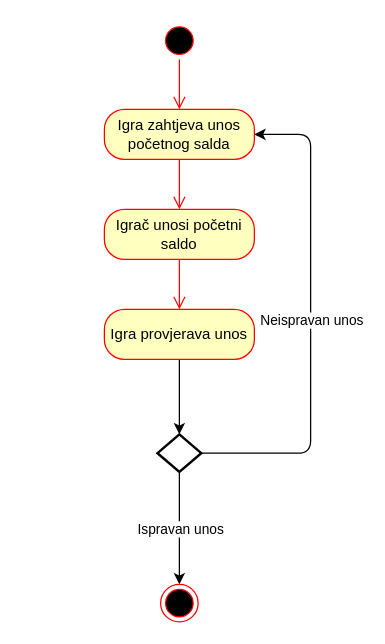
ewlibi/Poker keeps this draw.io diagram as page "aktivnost:unosSalda" (4 of 8) of Projekt_Poker_activity.drawio. Above is the earlier version. Source tidied: cells renumbered, new cells numbered last; positions are measured from the earlier drawing's top-left corner, leaving out a move shared by most shapes. Both pictures are drawn from the tidied source at 125%, with x=0, y=0 at pixel (104, 21).
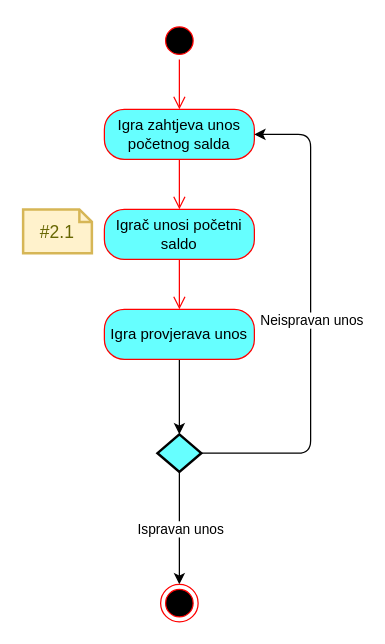
The same page after the edit.

What changed in the source:
```diff
@@
 <mxGraphModel>
   <root>
     <mxCell id="0" />
     <mxCell id="1" parent="0" />
     <mxCell id="2" style="ellipse;html=1;shape=startState;fillColor=#000000;strokeColor=#ff0000;" parent="1" vertex="1">
       <mxGeometry x="45" width="30" height="30" as="geometry" />
     </mxCell>
     <mxCell id="3" style="edgeStyle=orthogonalEdgeStyle;html=1;verticalAlign=bottom;endArrow=open;endSize=8;strokeColor=#ff0000;entryX=0.5;entryY=0;entryDx=0;entryDy=0;" parent="1" edge="1" source="2" target="4">
       <mxGeometry relative="1" as="geometry" />
     </mxCell>
-    <mxCell id="4" value="Igra zahtjeva unos početnog salda" style="rounded=1;whiteSpace=wrap;html=1;arcSize=40;fontColor=#000000;fillColor=#ffffc0;strokeColor=#ff0000;" parent="1" vertex="1">
+    <mxCell id="4" value="Igra zahtjeva unos početnog salda" style="rounded=1;whiteSpace=wrap;html=1;arcSize=40;fontColor=#000000;strokeColor=#ff0000;fillColor=#66FFFF;" parent="1" vertex="1">
       <mxGeometry y="70" width="120" height="40" as="geometry" />
     </mxCell>
     <mxCell id="5" style="edgeStyle=orthogonalEdgeStyle;html=1;verticalAlign=bottom;endArrow=open;endSize=8;strokeColor=#ff0000;entryX=0.5;entryY=0;entryDx=0;entryDy=0;" parent="1" edge="1" source="4" target="6">
       <mxGeometry relative="1" as="geometry" />
     </mxCell>
-    <mxCell id="6" value="Igrač unosi početni saldo" style="rounded=1;whiteSpace=wrap;html=1;arcSize=40;fontColor=#000000;fillColor=#ffffc0;strokeColor=#ff0000;" parent="1" vertex="1">
+    <mxCell id="6" value="Igrač unosi početni saldo" style="rounded=1;whiteSpace=wrap;html=1;arcSize=40;fontColor=#000000;strokeColor=#ff0000;fillColor=#66FFFF;" parent="1" vertex="1">
       <mxGeometry y="150" width="120" height="40" as="geometry" />
     </mxCell>
     <mxCell id="7" style="edgeStyle=orthogonalEdgeStyle;html=1;verticalAlign=bottom;endArrow=open;endSize=8;strokeColor=#ff0000;entryX=0.5;entryY=0;entryDx=0;entryDy=0;" parent="1" edge="1" source="6" target="9">
       <mxGeometry relative="1" as="geometry" />
     </mxCell>
     <mxCell id="8" style="edgeStyle=orthogonalEdgeStyle;rounded=0;jettySize=auto;html=1;exitX=0.5;exitY=1;exitDx=0;exitDy=0;" parent="1" edge="1" source="9" target="10">
       <mxGeometry relative="1" as="geometry" />
     </mxCell>
-    <mxCell id="9" value="Igra provjerava unos" style="rounded=1;whiteSpace=wrap;html=1;arcSize=40;fontColor=#000000;fillColor=#ffffc0;strokeColor=#ff0000;" parent="1" vertex="1">
+    <mxCell id="9" value="Igra provjerava unos" style="rounded=1;whiteSpace=wrap;html=1;arcSize=40;fontColor=#000000;strokeColor=#ff0000;fillColor=#66FFFF;" parent="1" vertex="1">
       <mxGeometry y="230" width="120" height="40" as="geometry" />
     </mxCell>
-    <mxCell id="10" style="strokeWidth=2;html=1;shape=mxgraph.flowchart.decision;whiteSpace=wrap;" parent="1" vertex="1">
+    <mxCell id="10" style="strokeWidth=2;html=1;shape=mxgraph.flowchart.decision;whiteSpace=wrap;fillColor=#66FFFF;" parent="1" vertex="1">
       <mxGeometry x="42.5" y="330" width="35" height="30" as="geometry" />
     </mxCell>
     <mxCell id="11" style="endArrow=classic;html=1;exitX=1;exitY=0.5;exitDx=0;exitDy=0;exitPerimeter=0;entryX=1;entryY=0.5;entryDx=0;entryDy=0;" parent="1" edge="1" source="10" target="4">
       <mxGeometry relative="1" as="geometry">
         <Array as="points">
           <mxPoint x="165" y="345" />
           <mxPoint x="165" y="90" />
         </Array>
       </mxGeometry>
     </mxCell>
     <mxCell id="12" value="Neispravan unos" style="edgeLabel;html=1;align=center;verticalAlign=middle;" parent="11" vertex="1">
       <mxGeometry relative="1" as="geometry" />
     </mxCell>
     <mxCell id="13" style="endArrow=classic;html=1;exitX=0.5;exitY=1;exitDx=0;exitDy=0;exitPerimeter=0;" parent="1" edge="1" source="10" target="15">
       <mxGeometry relative="1" as="geometry" />
     </mxCell>
     <mxCell id="14" value="Ispravan unos" style="edgeLabel;html=1;align=center;verticalAlign=middle;" parent="13" vertex="1">
       <mxGeometry relative="1" as="geometry" />
     </mxCell>
     <mxCell id="15" style="ellipse;html=1;shape=endState;fillColor=#000000;strokeColor=#ff0000;" parent="1" vertex="1">
       <mxGeometry x="45" y="450" width="30" height="30" as="geometry" />
     </mxCell>
+    <mxCell id="16" value="#2.1" style="shape=note;strokeWidth=2;fontSize=14;size=10;whiteSpace=wrap;html=1;fillColor=#fff2cc;strokeColor=#d6b656;fontColor=#666600;" parent="1" vertex="1">
+      <mxGeometry x="-65" y="150" width="55" height="35" as="geometry" />
+    </mxCell>
   </root>
 </mxGraphModel>
```
